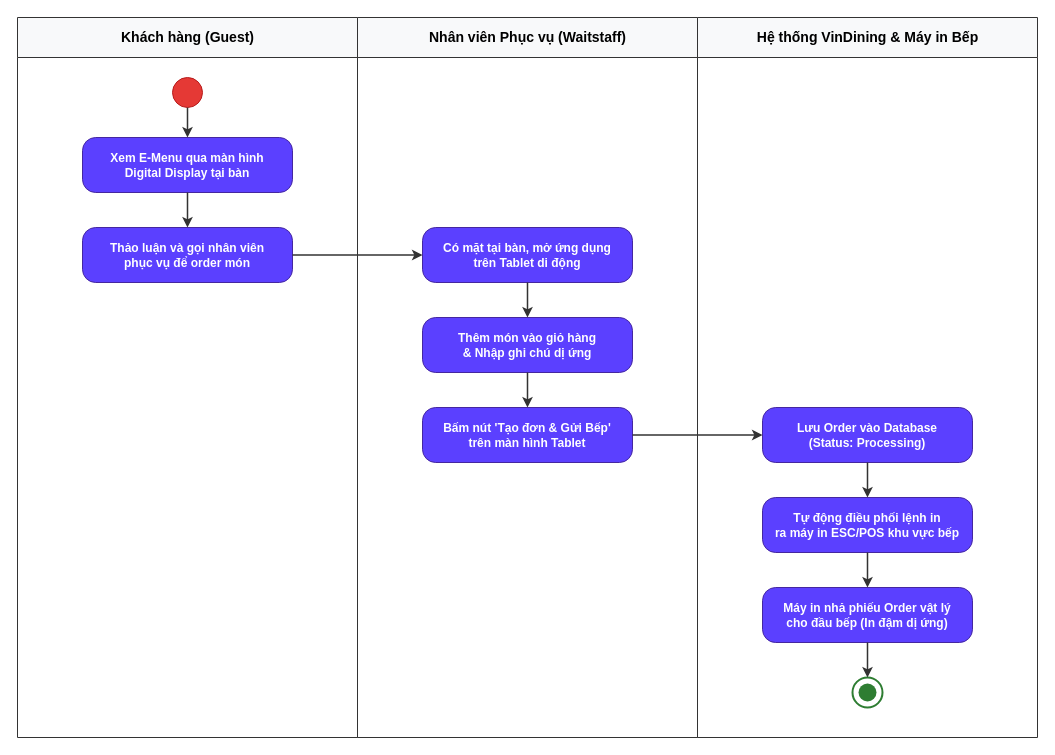
Above: docs/phase1/drawio/ad02_waitstaff_ordering.drawio in AndrewQng/VinDining (draw.io), before the change. Source tidied: cells renumbered, new cells numbered last; positions are measured from the earlier drawing's top-left corner, leaving out a move shared by most shapes. Both pictures are drawn from the tidied source at 100%, with x=0, y=0 at pixel (17, 17).
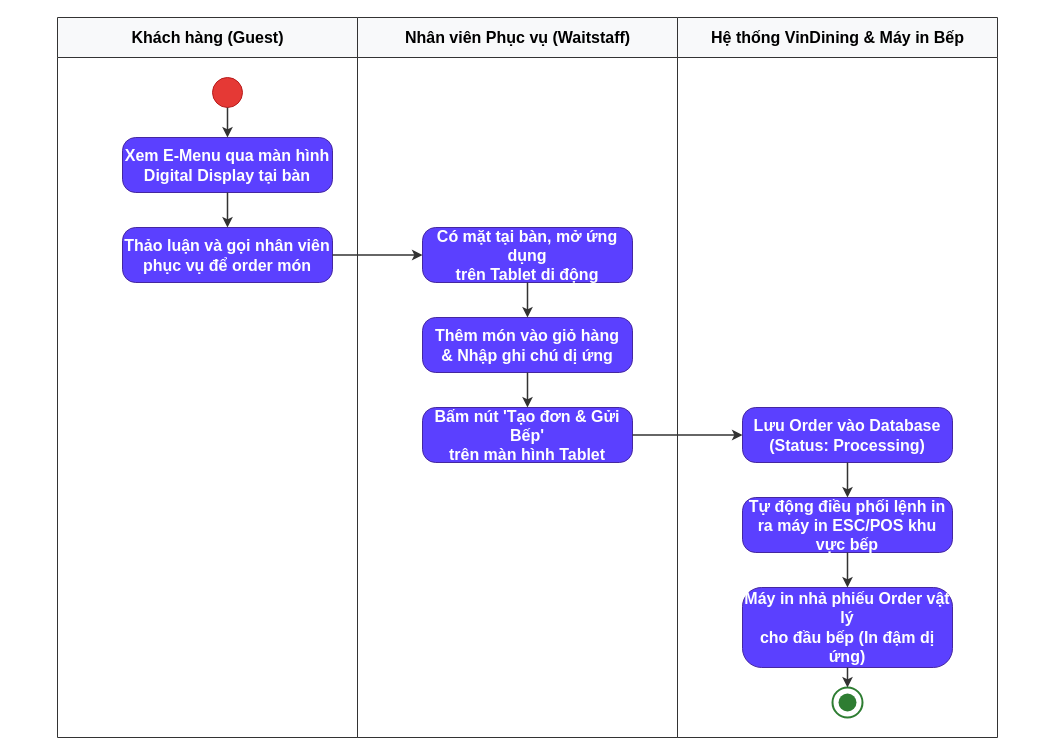
The same diagram, later.

Change to the diagram source:
```diff
@@
-    <mxCell id="2" value="Khách hàng (Guest)" style="swimlane;html=1;startSize=40;horizontal=1;fontStyle=1;fontSize=14;align=center;verticalAlign=middle;fillColor=#f8f9fa;strokeColor=#333333;swimlaneLine=1;" parent="1" vertex="1">
-      <mxGeometry width="340" height="720" as="geometry" />
+    <mxCell id="2" value="Khách hàng (Guest)" style="swimlane;html=1;startSize=40;horizontal=1;fontStyle=1;fontSize=16;align=center;verticalAlign=middle;fillColor=#f8f9fa;strokeColor=#333333;swimlaneLine=1;" parent="1" vertex="1">
+      <mxGeometry x="40" width="300" height="720" as="geometry" />
     </mxCell>
-    <mxCell id="3" style="ellipse;whiteSpace=wrap;html=1;fillColor=#e53935;strokeColor=#b71c1c;" parent="2" vertex="1">
+    <mxCell id="3" style="ellipse;whiteSpace=wrap;html=1;fillColor=#e53935;strokeColor=#b71c1c;fontSize=16;" parent="2" vertex="1">
       <mxGeometry x="155" y="60" width="30" height="30" as="geometry" />
     </mxCell>
-    <mxCell id="4" value="Xem E-Menu qua màn hình&#10;Digital Display tại bàn" style="rounded=1;arcSize=24;whiteSpace=wrap;html=1;fillColor=#5b40ff;strokeColor=#4527a0;fontColor=#ffffff;fontStyle=1;fontSize=12;align=center;verticalAlign=middle;" parent="2" vertex="1">
+    <mxCell id="4" value="Xem E-Menu qua màn hình&#10;Digital Display tại bàn" style="rounded=1;arcSize=24;whiteSpace=wrap;html=1;fillColor=#5b40ff;strokeColor=#4527a0;fontColor=#ffffff;fontStyle=1;fontSize=16;align=center;verticalAlign=middle;" parent="2" vertex="1">
       <mxGeometry x="65" y="120" width="210" height="55" as="geometry" />
     </mxCell>
-    <mxCell id="5" value="Thảo luận và gọi nhân viên&#10;phục vụ để order món" style="rounded=1;arcSize=24;whiteSpace=wrap;html=1;fillColor=#5b40ff;strokeColor=#4527a0;fontColor=#ffffff;fontStyle=1;fontSize=12;align=center;verticalAlign=middle;" parent="2" vertex="1">
+    <mxCell id="5" value="Thảo luận và gọi nhân viên&#10;phục vụ để order món" style="rounded=1;arcSize=24;whiteSpace=wrap;html=1;fillColor=#5b40ff;strokeColor=#4527a0;fontColor=#ffffff;fontStyle=1;fontSize=16;align=center;verticalAlign=middle;" parent="2" vertex="1">
       <mxGeometry x="65" y="210" width="210" height="55" as="geometry" />
     </mxCell>
-    <mxCell id="6" value="Nhân viên Phục vụ (Waitstaff)" style="swimlane;html=1;startSize=40;horizontal=1;fontStyle=1;fontSize=14;align=center;verticalAlign=middle;fillColor=#f8f9fa;strokeColor=#333333;swimlaneLine=1;" parent="1" vertex="1">
-      <mxGeometry x="340" width="340" height="720" as="geometry" />
+    <mxCell id="6" value="Nhân viên Phục vụ (Waitstaff)" style="swimlane;html=1;startSize=40;horizontal=1;fontStyle=1;fontSize=16;align=center;verticalAlign=middle;fillColor=#f8f9fa;strokeColor=#333333;swimlaneLine=1;" parent="1" vertex="1">
+      <mxGeometry x="340" width="320" height="720" as="geometry" />
     </mxCell>
-    <mxCell id="7" value="Có mặt tại bàn, mở ứng dụng&#10;trên Tablet di động" style="rounded=1;arcSize=24;whiteSpace=wrap;html=1;fillColor=#5b40ff;strokeColor=#4527a0;fontColor=#ffffff;fontStyle=1;fontSize=12;align=center;verticalAlign=middle;" parent="6" vertex="1">
+    <mxCell id="7" value="Có mặt tại bàn, mở ứng dụng&#10;trên Tablet di động" style="rounded=1;arcSize=24;whiteSpace=wrap;html=1;fillColor=#5b40ff;strokeColor=#4527a0;fontColor=#ffffff;fontStyle=1;fontSize=16;align=center;verticalAlign=middle;" parent="6" vertex="1">
       <mxGeometry x="65" y="210" width="210" height="55" as="geometry" />
     </mxCell>
-    <mxCell id="8" value="Thêm món vào giỏ hàng&#10;&amp; Nhập ghi chú dị ứng" style="rounded=1;arcSize=24;whiteSpace=wrap;html=1;fillColor=#5b40ff;strokeColor=#4527a0;fontColor=#ffffff;fontStyle=1;fontSize=12;align=center;verticalAlign=middle;" parent="6" vertex="1">
+    <mxCell id="8" value="Thêm món vào giỏ hàng&#10;&amp;amp; Nhập ghi chú dị ứng" style="rounded=1;arcSize=24;whiteSpace=wrap;html=1;fillColor=#5b40ff;strokeColor=#4527a0;fontColor=#ffffff;fontStyle=1;fontSize=16;align=center;verticalAlign=middle;" parent="6" vertex="1">
       <mxGeometry x="65" y="300" width="210" height="55" as="geometry" />
     </mxCell>
-    <mxCell id="9" value="Bấm nút 'Tạo đơn &amp; Gửi Bếp'&#10;trên màn hình Tablet" style="rounded=1;arcSize=24;whiteSpace=wrap;html=1;fillColor=#5b40ff;strokeColor=#4527a0;fontColor=#ffffff;fontStyle=1;fontSize=12;align=center;verticalAlign=middle;" parent="6" vertex="1">
+    <mxCell id="9" value="Bấm nút 'Tạo đơn &amp;amp; Gửi Bếp'&#10;trên màn hình Tablet" style="rounded=1;arcSize=24;whiteSpace=wrap;html=1;fillColor=#5b40ff;strokeColor=#4527a0;fontColor=#ffffff;fontStyle=1;fontSize=16;align=center;verticalAlign=middle;" parent="6" vertex="1">
       <mxGeometry x="65" y="390" width="210" height="55" as="geometry" />
     </mxCell>
-    <mxCell id="10" value="Hệ thống VinDining &amp; Máy in Bếp" style="swimlane;html=1;startSize=40;horizontal=1;fontStyle=1;fontSize=14;align=center;verticalAlign=middle;fillColor=#f8f9fa;strokeColor=#333333;swimlaneLine=1;" parent="1" vertex="1">
-      <mxGeometry x="680" width="340" height="720" as="geometry" />
+    <mxCell id="10" value="Hệ thống VinDining &amp;amp; Máy in Bếp" style="swimlane;html=1;startSize=40;horizontal=1;fontStyle=1;fontSize=16;align=center;verticalAlign=middle;fillColor=#f8f9fa;strokeColor=#333333;swimlaneLine=1;" parent="1" vertex="1">
+      <mxGeometry x="660" width="320" height="720" as="geometry" />
     </mxCell>
-    <mxCell id="11" value="Lưu Order vào Database&#10;(Status: Processing)" style="rounded=1;arcSize=24;whiteSpace=wrap;html=1;fillColor=#5b40ff;strokeColor=#4527a0;fontColor=#ffffff;fontStyle=1;fontSize=12;align=center;verticalAlign=middle;" parent="10" vertex="1">
+    <mxCell id="11" value="Lưu Order vào Database&#10;(Status: Processing)" style="rounded=1;arcSize=24;whiteSpace=wrap;html=1;fillColor=#5b40ff;strokeColor=#4527a0;fontColor=#ffffff;fontStyle=1;fontSize=16;align=center;verticalAlign=middle;" parent="10" vertex="1">
       <mxGeometry x="65" y="390" width="210" height="55" as="geometry" />
     </mxCell>
-    <mxCell id="12" value="Tự động điều phối lệnh in&#10;ra máy in ESC/POS khu vực bếp" style="rounded=1;arcSize=24;whiteSpace=wrap;html=1;fillColor=#5b40ff;strokeColor=#4527a0;fontColor=#ffffff;fontStyle=1;fontSize=12;align=center;verticalAlign=middle;" parent="10" vertex="1">
+    <mxCell id="12" value="Tự động điều phối lệnh in&#10;ra máy in ESC/POS khu vực bếp" style="rounded=1;arcSize=24;whiteSpace=wrap;html=1;fillColor=#5b40ff;strokeColor=#4527a0;fontColor=#ffffff;fontStyle=1;fontSize=16;align=center;verticalAlign=middle;" parent="10" vertex="1">
       <mxGeometry x="65" y="480" width="210" height="55" as="geometry" />
     </mxCell>
-    <mxCell id="13" value="Máy in nhả phiếu Order vật lý&#10;cho đầu bếp (In đậm dị ứng)" style="rounded=1;arcSize=24;whiteSpace=wrap;html=1;fillColor=#5b40ff;strokeColor=#4527a0;fontColor=#ffffff;fontStyle=1;fontSize=12;align=center;verticalAlign=middle;" parent="10" vertex="1">
-      <mxGeometry x="65" y="570" width="210" height="55" as="geometry" />
+    <mxCell id="13" value="Máy in nhả phiếu Order vật lý&#10;cho đầu bếp (In đậm dị ứng)" style="rounded=1;arcSize=24;whiteSpace=wrap;html=1;fillColor=#5b40ff;strokeColor=#4527a0;fontColor=#ffffff;fontStyle=1;fontSize=16;align=center;verticalAlign=middle;" parent="10" vertex="1">
+      <mxGeometry x="65" y="570" width="210" height="80" as="geometry" />
     </mxCell>
-    <mxCell id="14" style="ellipse;whiteSpace=wrap;html=1;fillColor=#ffffff;strokeColor=#2e7d32;strokeWidth=2;" parent="10" vertex="1">
-      <mxGeometry x="155" y="660" width="30" height="30" as="geometry" />
+    <mxCell id="14" style="ellipse;whiteSpace=wrap;html=1;fillColor=#ffffff;strokeColor=#2e7d32;strokeWidth=2;fontSize=16;" parent="10" vertex="1">
+      <mxGeometry x="155" y="670" width="30" height="30" as="geometry" />
     </mxCell>
-    <mxCell id="15" style="ellipse;whiteSpace=wrap;html=1;fillColor=#2e7d32;strokeColor=none;" parent="10" vertex="1">
-      <mxGeometry x="161" y="666" width="18" height="18" as="geometry" />
+    <mxCell id="15" style="ellipse;whiteSpace=wrap;html=1;fillColor=#2e7d32;strokeColor=none;fontSize=16;" parent="10" vertex="1">
+      <mxGeometry x="161" y="676" width="18" height="18" as="geometry" />
     </mxCell>
-    <mxCell id="16" style="edgeStyle=orthogonalEdgeStyle;rounded=1;jettySize=auto;html=1;strokeColor=#333333;strokeWidth=1.5;fontSize=11;fontColor=#333333;" parent="1" edge="1" source="3" target="4">
+    <mxCell id="16" style="edgeStyle=orthogonalEdgeStyle;rounded=1;jettySize=auto;html=1;strokeColor=#333333;strokeWidth=1.5;fontSize=16;fontColor=#333333;" parent="1" edge="1" source="3" target="4">
       <mxGeometry relative="1" as="geometry" />
     </mxCell>
-    <mxCell id="17" style="edgeStyle=orthogonalEdgeStyle;rounded=1;jettySize=auto;html=1;strokeColor=#333333;strokeWidth=1.5;fontSize=11;fontColor=#333333;" parent="1" edge="1" source="4" target="5">
+    <mxCell id="17" style="edgeStyle=orthogonalEdgeStyle;rounded=1;jettySize=auto;html=1;strokeColor=#333333;strokeWidth=1.5;fontSize=16;fontColor=#333333;" parent="1" edge="1" source="4" target="5">
       <mxGeometry relative="1" as="geometry" />
     </mxCell>
-    <mxCell id="18" style="edgeStyle=orthogonalEdgeStyle;rounded=1;jettySize=auto;html=1;strokeColor=#333333;strokeWidth=1.5;fontSize=11;fontColor=#333333;" parent="1" edge="1" source="5" target="7">
+    <mxCell id="18" style="edgeStyle=orthogonalEdgeStyle;rounded=1;jettySize=auto;html=1;strokeColor=#333333;strokeWidth=1.5;fontSize=16;fontColor=#333333;" parent="1" edge="1" source="5" target="7">
       <mxGeometry relative="1" as="geometry" />
     </mxCell>
-    <mxCell id="19" style="edgeStyle=orthogonalEdgeStyle;rounded=1;jettySize=auto;html=1;strokeColor=#333333;strokeWidth=1.5;fontSize=11;fontColor=#333333;" parent="1" edge="1" source="7" target="8">
+    <mxCell id="19" style="edgeStyle=orthogonalEdgeStyle;rounded=1;jettySize=auto;html=1;strokeColor=#333333;strokeWidth=1.5;fontSize=16;fontColor=#333333;" parent="1" edge="1" source="7" target="8">
       <mxGeometry relative="1" as="geometry" />
     </mxCell>
-    <mxCell id="20" style="edgeStyle=orthogonalEdgeStyle;rounded=1;jettySize=auto;html=1;strokeColor=#333333;strokeWidth=1.5;fontSize=11;fontColor=#333333;" parent="1" edge="1" source="8" target="9">
+    <mxCell id="20" style="edgeStyle=orthogonalEdgeStyle;rounded=1;jettySize=auto;html=1;strokeColor=#333333;strokeWidth=1.5;fontSize=16;fontColor=#333333;" parent="1" edge="1" source="8" target="9">
       <mxGeometry relative="1" as="geometry" />
     </mxCell>
-    <mxCell id="21" style="edgeStyle=orthogonalEdgeStyle;rounded=1;jettySize=auto;html=1;strokeColor=#333333;strokeWidth=1.5;fontSize=11;fontColor=#333333;" parent="1" edge="1" source="9" target="11">
+    <mxCell id="21" style="edgeStyle=orthogonalEdgeStyle;rounded=1;jettySize=auto;html=1;strokeColor=#333333;strokeWidth=1.5;fontSize=16;fontColor=#333333;" parent="1" edge="1" source="9" target="11">
       <mxGeometry relative="1" as="geometry" />
     </mxCell>
-    <mxCell id="22" style="edgeStyle=orthogonalEdgeStyle;rounded=1;jettySize=auto;html=1;strokeColor=#333333;strokeWidth=1.5;fontSize=11;fontColor=#333333;" parent="1" edge="1" source="11" target="12">
+    <mxCell id="22" style="edgeStyle=orthogonalEdgeStyle;rounded=1;jettySize=auto;html=1;strokeColor=#333333;strokeWidth=1.5;fontSize=16;fontColor=#333333;" parent="1" edge="1" source="11" target="12">
       <mxGeometry relative="1" as="geometry" />
     </mxCell>
-    <mxCell id="23" style="edgeStyle=orthogonalEdgeStyle;rounded=1;jettySize=auto;html=1;strokeColor=#333333;strokeWidth=1.5;fontSize=11;fontColor=#333333;" parent="1" edge="1" source="12" target="13">
+    <mxCell id="23" style="edgeStyle=orthogonalEdgeStyle;rounded=1;jettySize=auto;html=1;strokeColor=#333333;strokeWidth=1.5;fontSize=16;fontColor=#333333;" parent="1" edge="1" source="12" target="13">
       <mxGeometry relative="1" as="geometry" />
     </mxCell>
-    <mxCell id="24" style="edgeStyle=orthogonalEdgeStyle;rounded=1;jettySize=auto;html=1;strokeColor=#333333;strokeWidth=1.5;fontSize=11;fontColor=#333333;" parent="1" edge="1" source="13" target="14">
+    <mxCell id="24" style="edgeStyle=orthogonalEdgeStyle;rounded=1;jettySize=auto;html=1;strokeColor=#333333;strokeWidth=1.5;fontSize=16;fontColor=#333333;" parent="1" edge="1" source="13" target="14">
       <mxGeometry relative="1" as="geometry" />
     </mxCell>
```
